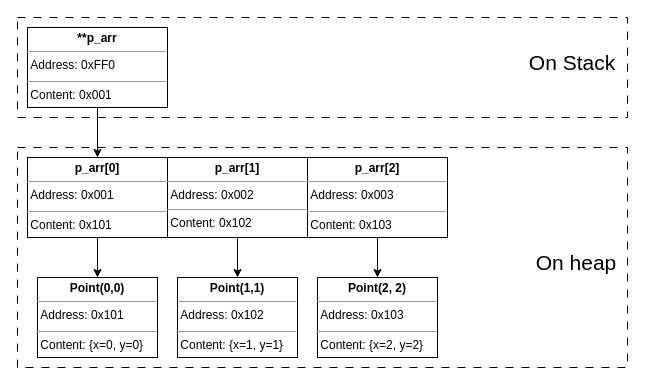
The draw.io diagram level_4/Section 2.5/Exercise 2/memory_diagram.drawio in amandeep-sg/quantnet_cpp_homework, before the edit. Source tidied: cells renumbered, new cells numbered last; positions are measured from the earlier drawing's top-left corner, leaving out a move shared by most shapes. Both pictures are drawn from the tidied source at 100%, with x=0, y=0 at pixel (17, 17).
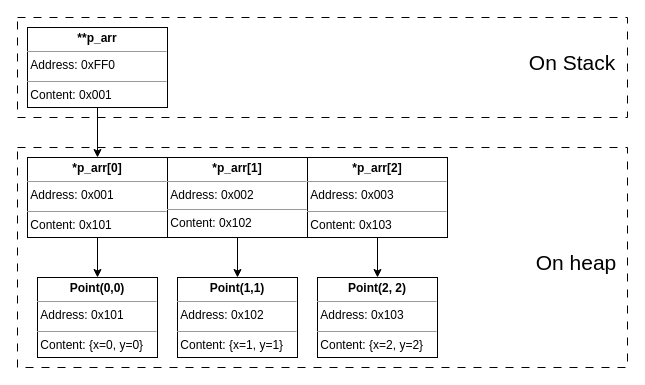
The same page after the edit.

Commit message (it also covers changes not shown here):
level 4 section 2.5 exercise 2 diagram update

Diff of the diagram source:
```diff
@@
 <mxGraphModel>
   <root>
     <mxCell id="0" />
     <mxCell id="1" parent="0" />
     <mxCell id="2" style="rounded=0;whiteSpace=wrap;html=1;fillColor=none;dashed=1;dashPattern=8 8;" parent="1" vertex="1">
       <mxGeometry y="130" width="610" height="220" as="geometry" />
     </mxCell>
     <mxCell id="3" style="rounded=0;whiteSpace=wrap;html=1;fillColor=none;dashed=1;dashPattern=8 8;" parent="1" vertex="1">
       <mxGeometry width="610" height="100" as="geometry" />
     </mxCell>
     <mxCell id="4" value="On Stack" style="text;html=1;align=center;verticalAlign=middle;whiteSpace=wrap;rounded=0;fontSize=21;" parent="1" vertex="1">
       <mxGeometry x="500" y="30" width="110" height="30" as="geometry" />
     </mxCell>
     <mxCell id="5" value="On heap" style="text;html=1;align=center;verticalAlign=middle;whiteSpace=wrap;rounded=0;fontSize=21;" parent="1" vertex="1">
       <mxGeometry x="506.5" y="230" width="103.5" height="30" as="geometry" />
     </mxCell>
     <mxCell id="6" style="edgeStyle=orthogonalEdgeStyle;rounded=0;jettySize=auto;html=1;" parent="1" edge="1" source="7" target="9">
       <mxGeometry relative="1" as="geometry" />
     </mxCell>
     <mxCell id="7" value="&lt;p style=&quot;margin:0px;margin-top:4px;text-align:center;&quot;&gt;&lt;b&gt;**p_arr&lt;/b&gt;&lt;/p&gt;&lt;hr size=&quot;1&quot;&gt;&amp;nbsp;Address: 0xFF0&lt;div style=&quot;height:2px;&quot;&gt;&lt;/div&gt;&lt;hr size=&quot;1&quot;&gt;&lt;div style=&quot;height:2px;&quot;&gt;&amp;nbsp;Content: 0x001&lt;/div&gt;" style="verticalAlign=top;align=left;overflow=fill;html=1;whiteSpace=wrap;spacingTop=0;spacing=6;spacingLeft=3;" parent="1" vertex="1">
       <mxGeometry x="10" y="10" width="140" height="80" as="geometry" />
     </mxCell>
     <mxCell id="8" style="edgeStyle=orthogonalEdgeStyle;rounded=0;jettySize=auto;html=1;entryX=0.5;entryY=0;entryDx=0;entryDy=0;" parent="1" edge="1" source="9" target="14">
       <mxGeometry relative="1" as="geometry" />
     </mxCell>
-    <mxCell id="9" value="&lt;p style=&quot;margin:0px;margin-top:4px;text-align:center;&quot;&gt;&lt;b&gt;p_arr[0]&lt;/b&gt;&lt;/p&gt;&lt;hr size=&quot;1&quot;&gt;&amp;nbsp;Address: 0x001&lt;div style=&quot;height:2px;&quot;&gt;&lt;/div&gt;&lt;hr size=&quot;1&quot;&gt;&lt;div style=&quot;height:2px;&quot;&gt;&amp;nbsp;Content: 0x101&lt;/div&gt;" style="verticalAlign=top;align=left;overflow=fill;html=1;whiteSpace=wrap;spacingTop=0;spacing=6;spacingLeft=3;" parent="1" vertex="1">
+    <mxCell id="9" value="&lt;p style=&quot;margin:0px;margin-top:4px;text-align:center;&quot;&gt;&lt;b&gt;*p_arr[0]&lt;/b&gt;&lt;/p&gt;&lt;hr size=&quot;1&quot;&gt;&amp;nbsp;Address: 0x001&lt;div style=&quot;height:2px;&quot;&gt;&lt;/div&gt;&lt;hr size=&quot;1&quot;&gt;&lt;div style=&quot;height:2px;&quot;&gt;&amp;nbsp;Content: 0x101&lt;/div&gt;" style="verticalAlign=top;align=left;overflow=fill;html=1;whiteSpace=wrap;spacingTop=0;spacing=6;spacingLeft=3;" parent="1" vertex="1">
       <mxGeometry x="10" y="140" width="140" height="80" as="geometry" />
     </mxCell>
     <mxCell id="10" style="edgeStyle=orthogonalEdgeStyle;rounded=0;jettySize=auto;html=1;" parent="1" edge="1" source="11" target="15">
       <mxGeometry relative="1" as="geometry" />
     </mxCell>
-    <mxCell id="11" value="&lt;p style=&quot;margin:0px;margin-top:4px;text-align:center;&quot;&gt;&lt;b&gt;p_arr[1]&lt;/b&gt;&lt;/p&gt;&lt;hr size=&quot;1&quot;&gt;&amp;nbsp;Address: 0x002&lt;br&gt;&lt;hr size=&quot;1&quot;&gt;&lt;div style=&quot;height:2px;&quot;&gt;&amp;nbsp;Content: 0x102&lt;/div&gt;" style="verticalAlign=top;align=left;overflow=fill;html=1;whiteSpace=wrap;spacingTop=0;spacing=6;spacingLeft=3;" parent="1" vertex="1">
+    <mxCell id="11" value="&lt;p style=&quot;margin:0px;margin-top:4px;text-align:center;&quot;&gt;&lt;b&gt;*p_arr[1]&lt;/b&gt;&lt;/p&gt;&lt;hr size=&quot;1&quot;&gt;&amp;nbsp;Address: 0x002&lt;br&gt;&lt;hr size=&quot;1&quot;&gt;&lt;div style=&quot;height:2px;&quot;&gt;&amp;nbsp;Content: 0x102&lt;/div&gt;" style="verticalAlign=top;align=left;overflow=fill;html=1;whiteSpace=wrap;spacingTop=0;spacing=6;spacingLeft=3;" parent="1" vertex="1">
       <mxGeometry x="150" y="140" width="140" height="80" as="geometry" />
     </mxCell>
     <mxCell id="12" style="edgeStyle=orthogonalEdgeStyle;rounded=0;jettySize=auto;html=1;entryX=0.5;entryY=0;entryDx=0;entryDy=0;" parent="1" edge="1" source="13" target="16">
       <mxGeometry relative="1" as="geometry" />
     </mxCell>
-    <mxCell id="13" value="&lt;p style=&quot;margin:0px;margin-top:4px;text-align:center;&quot;&gt;&lt;b&gt;p_arr[2]&lt;/b&gt;&lt;/p&gt;&lt;hr size=&quot;1&quot;&gt;&amp;nbsp;Address: 0x003&lt;div style=&quot;height:2px;&quot;&gt;&lt;/div&gt;&lt;hr size=&quot;1&quot;&gt;&lt;div style=&quot;height:2px;&quot;&gt;&amp;nbsp;Content: 0x103&lt;/div&gt;" style="verticalAlign=top;align=left;overflow=fill;html=1;whiteSpace=wrap;spacingTop=0;spacing=6;spacingLeft=3;" parent="1" vertex="1">
+    <mxCell id="13" value="&lt;p style=&quot;margin:0px;margin-top:4px;text-align:center;&quot;&gt;&lt;b&gt;*p_arr[2]&lt;/b&gt;&lt;/p&gt;&lt;hr size=&quot;1&quot;&gt;&amp;nbsp;Address: 0x003&lt;div style=&quot;height:2px;&quot;&gt;&lt;/div&gt;&lt;hr size=&quot;1&quot;&gt;&lt;div style=&quot;height:2px;&quot;&gt;&amp;nbsp;Content: 0x103&lt;/div&gt;" style="verticalAlign=top;align=left;overflow=fill;html=1;whiteSpace=wrap;spacingTop=0;spacing=6;spacingLeft=3;" parent="1" vertex="1">
       <mxGeometry x="290" y="140" width="140" height="80" as="geometry" />
     </mxCell>
     <mxCell id="14" value="&lt;p style=&quot;margin:0px;margin-top:4px;text-align:center;&quot;&gt;&lt;b&gt;Point(0,0)&lt;/b&gt;&lt;/p&gt;&lt;hr size=&quot;1&quot;&gt;&amp;nbsp;Address: 0x101&lt;div style=&quot;height:2px;&quot;&gt;&lt;/div&gt;&lt;hr size=&quot;1&quot;&gt;&lt;div style=&quot;height:2px;&quot;&gt;&amp;nbsp;Content: {x=0, y=0}&lt;/div&gt;" style="verticalAlign=top;align=left;overflow=fill;html=1;whiteSpace=wrap;spacingTop=0;spacing=6;spacingLeft=3;" parent="1" vertex="1">
       <mxGeometry x="20" y="260" width="120" height="80" as="geometry" />
     </mxCell>
     <mxCell id="15" value="&lt;p style=&quot;margin:0px;margin-top:4px;text-align:center;&quot;&gt;&lt;b&gt;Point(1,1)&lt;/b&gt;&lt;/p&gt;&lt;hr size=&quot;1&quot;&gt;&amp;nbsp;Address: 0x102&lt;div style=&quot;height:2px;&quot;&gt;&lt;/div&gt;&lt;hr size=&quot;1&quot;&gt;&lt;div style=&quot;height:2px;&quot;&gt;&amp;nbsp;Content: {x=1, y=1}&lt;/div&gt;" style="verticalAlign=top;align=left;overflow=fill;html=1;whiteSpace=wrap;spacingTop=0;spacing=6;spacingLeft=3;" parent="1" vertex="1">
       <mxGeometry x="160" y="260" width="120" height="80" as="geometry" />
     </mxCell>
     <mxCell id="16" value="&lt;p style=&quot;margin:0px;margin-top:4px;text-align:center;&quot;&gt;&lt;b&gt;Point(2, 2)&lt;/b&gt;&lt;/p&gt;&lt;hr size=&quot;1&quot;&gt;&amp;nbsp;Address: 0x103&lt;div style=&quot;height:2px;&quot;&gt;&lt;/div&gt;&lt;hr size=&quot;1&quot;&gt;&lt;div style=&quot;height:2px;&quot;&gt;&amp;nbsp;Content: {x=2, y=2}&lt;/div&gt;" style="verticalAlign=top;align=left;overflow=fill;html=1;whiteSpace=wrap;spacingTop=0;spacing=6;spacingLeft=3;" parent="1" vertex="1">
       <mxGeometry x="300" y="260" width="120" height="80" as="geometry" />
     </mxCell>
   </root>
 </mxGraphModel>
```
